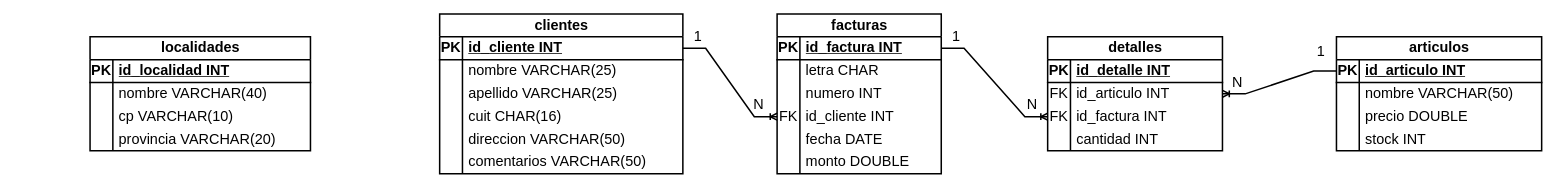
Before: diagram/model-er.drawio in khalil-ali-viera-developer-java/proyecto-integrador-sql-digitalers, a draw.io diagram. Source tidied: cells renumbered, new cells numbered last; positions are measured from the earlier drawing's top-left corner, leaving out a move shared by most shapes. Both pictures are drawn from the tidied source at 76%, with x=0, y=0 at pixel (90, 14).
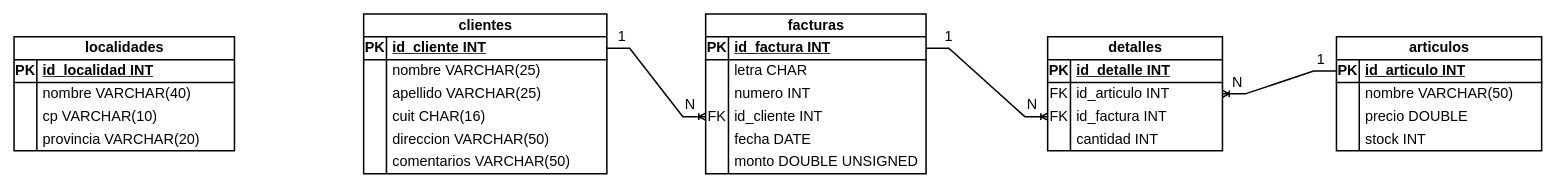
The same page after the edit.

Commit message:
Main 13° commit: Modifique el diagrama de entidad relación en la tabla facturas agregando al campo monto la restricción UNSIGNED

The edit, as a diff of the source:
```diff
@@
     <mxCell id="2" value="clientes" style="shape=table;startSize=30;childLayout=tableLayout;rowLines=0;fontStyle=1;align=center;html=1;fontFamily=JetBrains Mono;fontSize=19;strokeWidth=2;" parent="1" vertex="1">
-      <mxGeometry x="460" width="320" height="210" as="geometry" />
+      <mxGeometry x="360" width="320" height="210" as="geometry" />
     </mxCell>
@@
     <mxCell id="22" value="1" style="text;html=1;whiteSpace=wrap;strokeColor=none;fillColor=none;align=center;verticalAlign=middle;rounded=0;strokeWidth=2;fontFamily=JetBrains Mono;fontSize=19;" parent="1" vertex="1">
-      <mxGeometry x="770" y="15" width="60" height="30" as="geometry" />
+      <mxGeometry x="670" y="15" width="60" height="30" as="geometry" />
     </mxCell>
     <mxCell id="23" value="N" style="text;html=1;whiteSpace=wrap;strokeColor=none;fillColor=none;align=center;verticalAlign=middle;rounded=0;strokeWidth=2;fontFamily=JetBrains Mono;fontSize=19;" parent="1" vertex="1">
-      <mxGeometry x="850" y="105" width="60" height="30" as="geometry" />
+      <mxGeometry x="760" y="105" width="60" height="30" as="geometry" />
     </mxCell>
     <mxCell id="24" value="facturas" style="shape=table;startSize=30;childLayout=tableLayout;rowLines=0;fontStyle=1;align=center;html=1;fontFamily=JetBrains Mono;fontSize=19;strokeWidth=2;" parent="1" vertex="1">
-      <mxGeometry x="904" width="216" height="210" as="geometry" />
+      <mxGeometry x="810" width="290" height="210" as="geometry" />
     </mxCell>
     <mxCell id="25" style="shape=tableRow;horizontal=0;startSize=0;swimlaneHead=0;swimlaneBody=0;fillColor=none;points=[[0,0.5],[1,0.5]];portConstraint=eastwest;top=0;left=0;right=0;bottom=1;fontFamily=JetBrains Mono;fontSize=19;strokeWidth=2;" parent="24" vertex="1">
-      <mxGeometry y="30" width="216" height="30" as="geometry" />
+      <mxGeometry y="30" width="290" height="30" as="geometry" />
     </mxCell>
@@
     <mxCell id="27" value="id_factura INT" style="shape=partialRectangle;fillColor=none;top=0;left=0;bottom=0;right=0;align=left;spacingLeft=6;fontStyle=5;overflow=hidden;whiteSpace=wrap;html=1;fontFamily=JetBrains Mono;fontSize=19;strokeWidth=2;" parent="25" vertex="1">
-      <mxGeometry x="30" width="186" height="30" as="geometry" />
+      <mxGeometry x="30" width="260" height="30" as="geometry" />
     </mxCell>
     <mxCell id="28" style="shape=tableRow;horizontal=0;startSize=0;swimlaneHead=0;swimlaneBody=0;fillColor=none;top=0;left=0;right=0;bottom=0;fontFamily=JetBrains Mono;fontSize=19;strokeWidth=2;" parent="24" vertex="1">
-      <mxGeometry y="60" width="216" height="30" as="geometry" />
+      <mxGeometry y="60" width="290" height="30" as="geometry" />
     </mxCell>
@@
     <mxCell id="30" value="letra CHAR" style="shape=partialRectangle;fillColor=none;top=0;left=0;bottom=0;right=0;align=left;spacingLeft=6;overflow=hidden;whiteSpace=wrap;html=1;fontFamily=JetBrains Mono;fontSize=19;strokeWidth=2;" parent="28" vertex="1">
-      <mxGeometry x="30" width="186" height="30" as="geometry" />
+      <mxGeometry x="30" width="260" height="30" as="geometry" />
     </mxCell>
     <mxCell id="31" style="shape=tableRow;horizontal=0;startSize=0;swimlaneHead=0;swimlaneBody=0;fillColor=none;top=0;left=0;right=0;bottom=0;fontFamily=JetBrains Mono;fontSize=19;strokeWidth=2;" parent="24" vertex="1">
-      <mxGeometry y="90" width="216" height="30" as="geometry" />
+      <mxGeometry y="90" width="290" height="30" as="geometry" />
     </mxCell>
@@
     <mxCell id="33" value="numero INT" style="shape=partialRectangle;fillColor=none;top=0;left=0;bottom=0;right=0;align=left;spacingLeft=6;overflow=hidden;whiteSpace=wrap;html=1;fontFamily=JetBrains Mono;fontSize=19;strokeWidth=2;" parent="31" vertex="1">
-      <mxGeometry x="30" width="186" height="30" as="geometry" />
+      <mxGeometry x="30" width="260" height="30" as="geometry" />
     </mxCell>
     <mxCell id="34" style="shape=tableRow;horizontal=0;startSize=0;swimlaneHead=0;swimlaneBody=0;fillColor=none;points=[[0,0.5],[1,0.5]];portConstraint=eastwest;top=0;left=0;right=0;bottom=0;fontFamily=JetBrains Mono;fontSize=19;strokeWidth=2;" parent="24" vertex="1">
-      <mxGeometry y="120" width="216" height="30" as="geometry" />
+      <mxGeometry y="120" width="290" height="30" as="geometry" />
     </mxCell>
@@
     <mxCell id="36" value="id_cliente INT" style="shape=partialRectangle;fillColor=none;top=0;left=0;bottom=0;right=0;align=left;spacingLeft=6;overflow=hidden;whiteSpace=wrap;html=1;fontFamily=JetBrains Mono;fontSize=19;strokeWidth=2;" parent="34" vertex="1">
-      <mxGeometry x="30" width="186" height="30" as="geometry" />
+      <mxGeometry x="30" width="260" height="30" as="geometry" />
     </mxCell>
     <mxCell id="37" style="shape=tableRow;horizontal=0;startSize=0;swimlaneHead=0;swimlaneBody=0;fillColor=none;top=0;left=0;right=0;bottom=0;fontFamily=JetBrains Mono;fontSize=19;strokeWidth=2;" parent="24" vertex="1">
-      <mxGeometry y="150" width="216" height="30" as="geometry" />
+      <mxGeometry y="150" width="290" height="30" as="geometry" />
     </mxCell>
@@
     <mxCell id="39" value="fecha DATE" style="shape=partialRectangle;fillColor=none;top=0;left=0;bottom=0;right=0;align=left;spacingLeft=6;overflow=hidden;whiteSpace=wrap;html=1;fontFamily=JetBrains Mono;fontSize=19;strokeWidth=2;" parent="37" vertex="1">
-      <mxGeometry x="30" width="186" height="30" as="geometry" />
+      <mxGeometry x="30" width="260" height="30" as="geometry" />
     </mxCell>
     <mxCell id="40" style="shape=tableRow;horizontal=0;startSize=0;swimlaneHead=0;swimlaneBody=0;fillColor=none;top=0;left=0;right=0;bottom=0;fontFamily=JetBrains Mono;fontSize=19;strokeWidth=2;" parent="24" vertex="1">
-      <mxGeometry y="180" width="216" height="30" as="geometry" />
+      <mxGeometry y="180" width="290" height="30" as="geometry" />
     </mxCell>
@@
-    <mxCell id="42" value="monto DOUBLE" style="shape=partialRectangle;fillColor=none;top=0;left=0;bottom=0;right=0;align=left;spacingLeft=6;overflow=hidden;whiteSpace=wrap;html=1;fontFamily=JetBrains Mono;fontSize=19;strokeWidth=2;" parent="40" vertex="1">
-      <mxGeometry x="30" width="186" height="30" as="geometry" />
+    <mxCell id="42" value="monto DOUBLE UNSIGNED" style="shape=partialRectangle;fillColor=none;top=0;left=0;bottom=0;right=0;align=left;spacingLeft=6;overflow=hidden;whiteSpace=wrap;html=1;fontFamily=JetBrains Mono;fontSize=19;strokeWidth=2;" parent="40" vertex="1">
+      <mxGeometry x="30" width="260" height="30" as="geometry" />
     </mxCell>
@@
     <mxCell id="58" value="1" style="text;html=1;whiteSpace=wrap;strokeColor=none;fillColor=none;align=center;verticalAlign=middle;rounded=0;strokeWidth=2;fontFamily=JetBrains Mono;fontSize=19;" parent="1" vertex="1">
-      <mxGeometry x="1110" y="15" width="60" height="30" as="geometry" />
+      <mxGeometry x="1100" y="15" width="60" height="30" as="geometry" />
     </mxCell>
@@
     <mxCell id="73" value="1" style="text;html=1;whiteSpace=wrap;strokeColor=none;fillColor=none;align=center;verticalAlign=middle;rounded=0;strokeWidth=2;fontFamily=JetBrains Mono;fontSize=19;" parent="1" vertex="1">
-      <mxGeometry x="1590" y="35" width="60" height="30" as="geometry" />
+      <mxGeometry x="1590" y="45" width="60" height="30" as="geometry" />
     </mxCell>
@@
     <mxCell id="75" value="localidades" style="shape=table;startSize=30;childLayout=tableLayout;rowLines=0;fontStyle=1;align=center;html=1;fontFamily=JetBrains Mono;fontSize=19;strokeWidth=2;" parent="1" vertex="1">
-      <mxGeometry y="30" width="290" height="150" as="geometry" />
+      <mxGeometry x="-100" y="30" width="290" height="150" as="geometry" />
     </mxCell>
```
